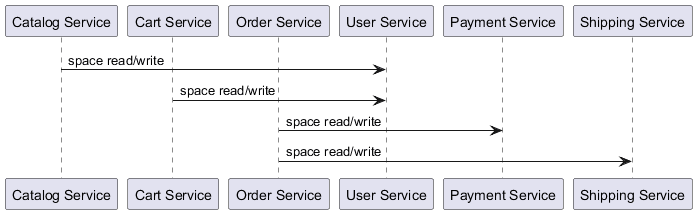
This is docs/generated/diagrams/sequence_diagram.png from alessiagatto/documenter-agent, a PlantUML export, as it was before one commit.
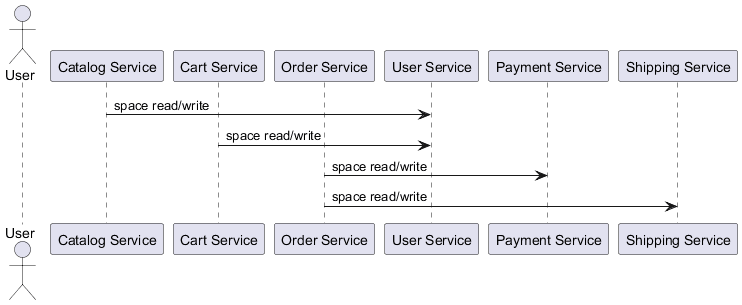
The same diagram one commit later.

Commit message:
Refactoring sequence diagram generation: garantita presenza attore User; Vision refinement reso opzionale con fallback stabile in caso di timeout

Diff of the diagram source:
```diff
@@ -1,4 +1,7 @@
 @startuml
+
+actor "User" as User
+
 participant "Catalog Service" as CatalogService
 participant "Cart Service" as CartService
 participant "Order Service" as OrderService
@@ -10,4 +13,5 @@
 CartService -> UserService : space read/write
 OrderService -> PaymentService : space read/write
 OrderService -> ShippingService : space read/write
+
 @enduml
```
